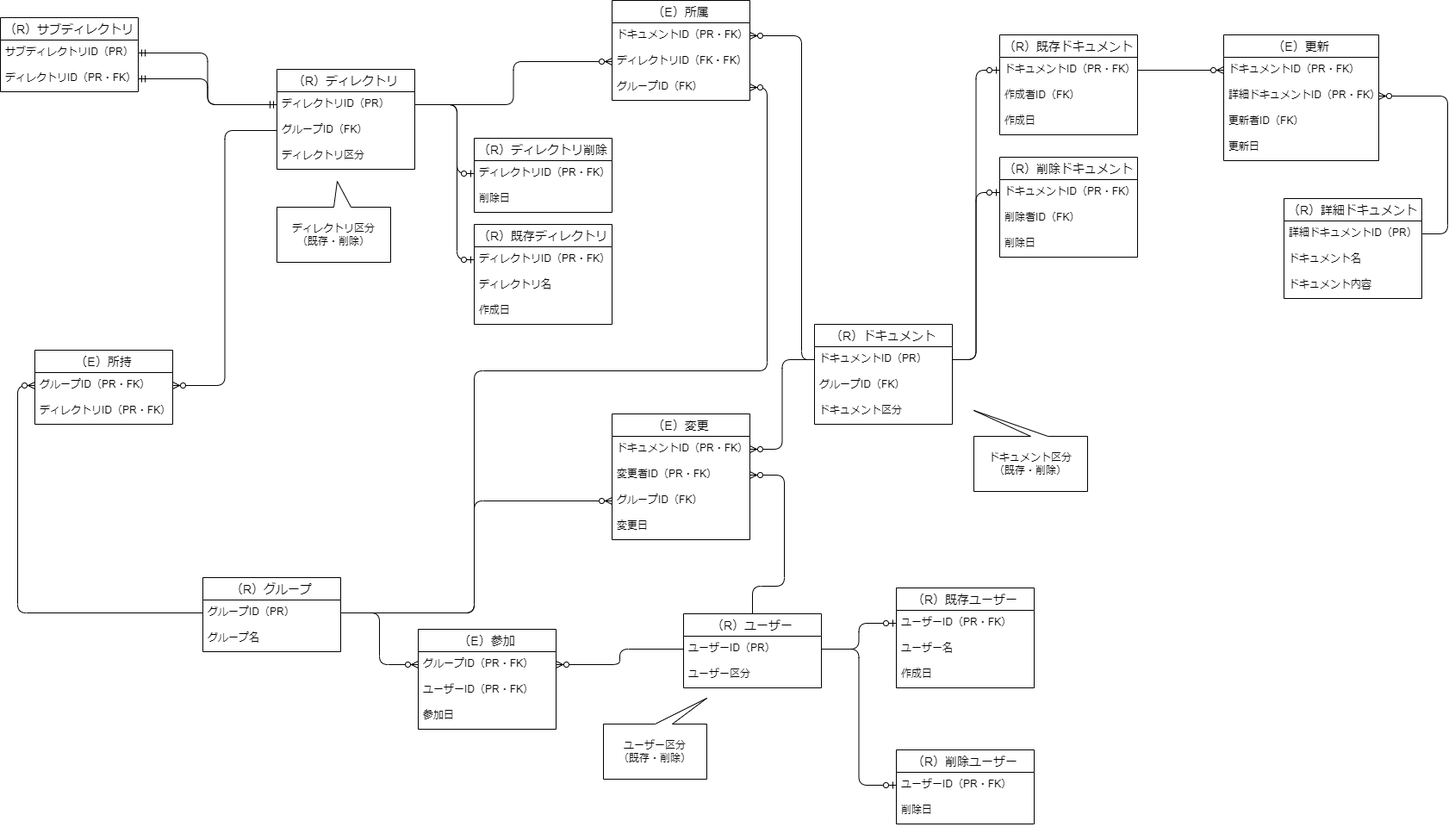
The draw.io diagram 01_データベース設計/03_DBモデリング3/01_課題1/document_management_system_01.png in moritanuki/praha_challenge, before a commit. Source tidied: cells renumbered, new cells last; positions are measured from the earlier drawing's top-left corner, leaving out a move shared by most shapes.
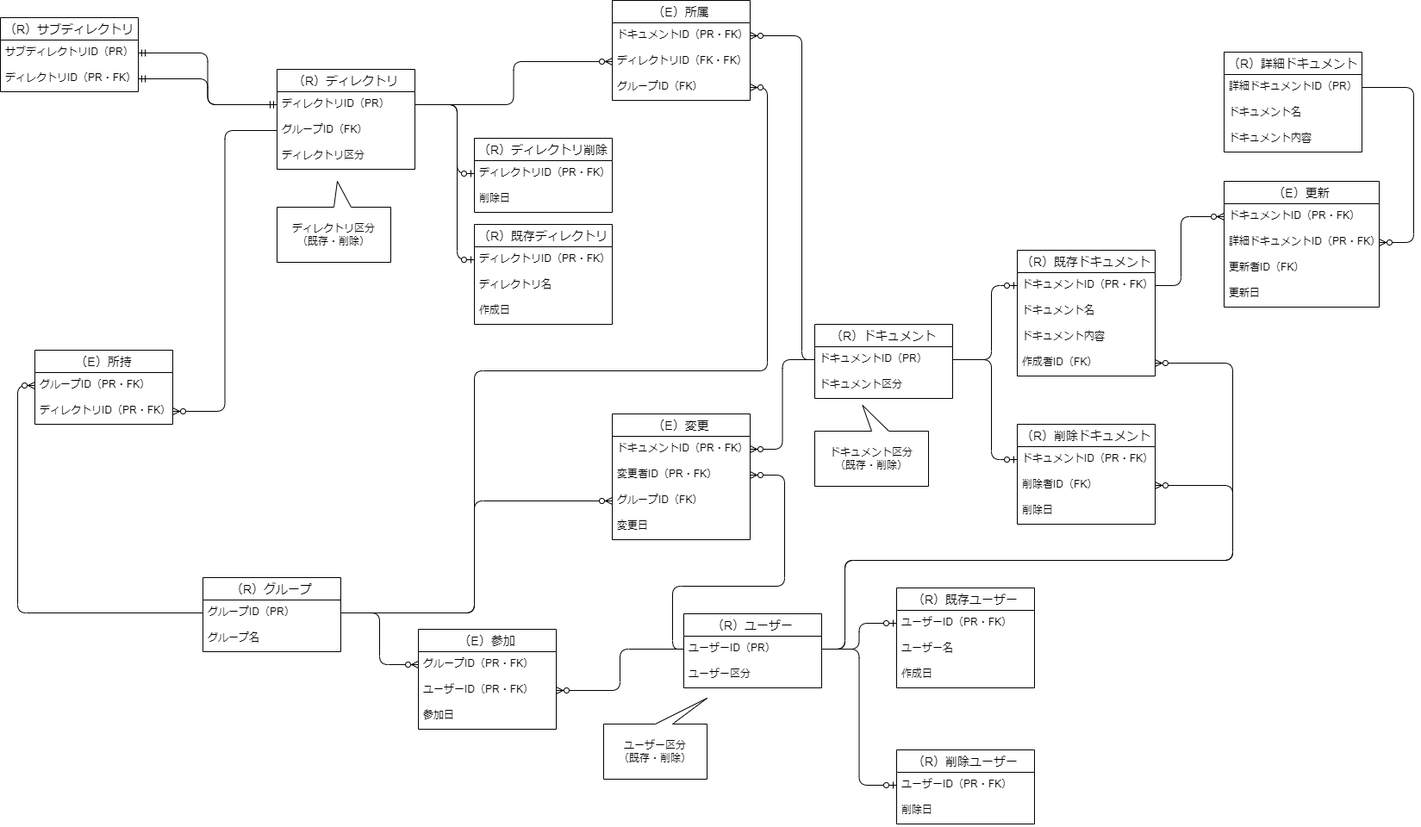
Above is the later version.

Diff of the diagram source:
```diff
@@ -27,16 +27,13 @@
       <mxGeometry relative="1" as="geometry" />
     </mxCell>
     <mxCell id="10" value="（R）ドキュメント" style="swimlane;fontStyle=0;horizontal=1;startSize=26;align=center;fontSize=14;" parent="1" vertex="1">
-      <mxGeometry x="945" y="376" width="160" height="116" as="geometry" />
+      <mxGeometry x="945" y="376" width="160" height="86" as="geometry" />
     </mxCell>
     <mxCell id="11" value="ドキュメントID（PR）" style="text;strokeColor=none;fillColor=none;spacingLeft=4;spacingRight=4;overflow=hidden;points=[[0,0.5],[1,0.5]];portConstraint=eastwest;fontSize=12;" parent="10" vertex="1">
       <mxGeometry y="26" width="160" height="30" as="geometry" />
     </mxCell>
-    <mxCell id="12" value="グループID（FK）" style="text;strokeColor=none;fillColor=none;spacingLeft=4;spacingRight=4;overflow=hidden;fontSize=12;" parent="10" vertex="1">
-      <mxGeometry y="56" width="160" height="30" as="geometry" />
-    </mxCell>
     <mxCell id="13" value="ドキュメント区分" style="text;strokeColor=none;fillColor=none;spacingLeft=4;spacingRight=4;overflow=hidden;fontSize=12;" parent="10" vertex="1">
-      <mxGeometry y="86" width="160" height="30" as="geometry" />
+      <mxGeometry y="56" width="160" height="30" as="geometry" />
     </mxCell>
     <mxCell id="14" value="（R）ディレクトリ" style="swimlane;fontStyle=0;horizontal=1;startSize=26;align=center;fontSize=14;" parent="1" vertex="1">
       <mxGeometry x="321" y="80" width="160" height="116" as="geometry" />
@@ -80,23 +77,20 @@
     <mxCell id="27" value="削除日" style="text;strokeColor=none;fillColor=none;spacingLeft=4;spacingRight=4;overflow=hidden;fontSize=12;" parent="25" vertex="1">
       <mxGeometry y="56" width="160" height="30" as="geometry" />
     </mxCell>
-    <mxCell id="28" value="（E）更新" style="swimlane;fontStyle=0;horizontal=1;startSize=26;align=center;fontSize=14;" parent="1" vertex="1">
-      <mxGeometry x="1420" y="40" width="180" height="146" as="geometry" />
+    <mxCell id="28" value="（R）詳細ドキュメント" style="swimlane;fontStyle=0;horizontal=1;startSize=26;align=center;fontSize=14;" parent="1" vertex="1">
+      <mxGeometry x="1420" y="60" width="160" height="116" as="geometry" />
     </mxCell>
-    <mxCell id="29" value="ドキュメントID（PR・FK）" style="text;strokeColor=none;fillColor=none;spacingLeft=4;spacingRight=4;overflow=hidden;points=[[0,0.5],[1,0.5]];portConstraint=eastwest;fontSize=12;" parent="28" vertex="1">
-      <mxGeometry y="26" width="180" height="30" as="geometry" />
-    </mxCell>
-    <mxCell id="30" value="詳細ドキュメントID（PR・FK）" style="text;strokeColor=none;fillColor=none;spacingLeft=4;spacingRight=4;overflow=hidden;points=[[0,0.5],[1,0.5]];portConstraint=eastwest;fontSize=12;" parent="28" vertex="1">
-      <mxGeometry y="56" width="180" height="30" as="geometry" />
-    </mxCell>
+    <mxCell id="70" value="詳細ドキュメントID（PR）" style="text;strokeColor=none;fillColor=none;spacingLeft=4;spacingRight=4;overflow=hidden;points=[[0,0.5],[1,0.5]];portConstraint=eastwest;fontSize=12;" parent="28" vertex="1">
+      <mxGeometry y="26" width="160" height="30" as="geometry" />
+    </mxCell>
-    <mxCell id="31" value="更新者ID（FK）" style="text;strokeColor=none;fillColor=none;spacingLeft=4;spacingRight=4;overflow=hidden;fontSize=12;" parent="28" vertex="1">
-      <mxGeometry y="86" width="180" height="30" as="geometry" />
+    <mxCell id="31" value="ドキュメント名" style="text;strokeColor=none;fillColor=none;spacingLeft=4;spacingRight=4;overflow=hidden;fontSize=12;" parent="28" vertex="1">
+      <mxGeometry y="56" width="160" height="30" as="geometry" />
     </mxCell>
-    <mxCell id="32" value="更新日" style="text;strokeColor=none;fillColor=none;spacingLeft=4;spacingRight=4;overflow=hidden;fontSize=12;" parent="28" vertex="1">
-      <mxGeometry y="116" width="180" height="30" as="geometry" />
+    <mxCell id="32" value="ドキュメント内容" style="text;strokeColor=none;fillColor=none;spacingLeft=4;spacingRight=4;overflow=hidden;fontSize=12;" parent="28" vertex="1">
+      <mxGeometry y="86" width="160" height="30" as="geometry" />
     </mxCell>
     <mxCell id="33" value="（R）削除ドキュメント" style="swimlane;fontStyle=0;horizontal=1;startSize=26;align=center;fontSize=14;" parent="1" vertex="1">
-      <mxGeometry x="1160" y="182" width="160" height="116" as="geometry" />
+      <mxGeometry x="1180" y="492" width="160" height="116" as="geometry" />
     </mxCell>
     <mxCell id="34" value="ドキュメントID（PR・FK）" style="text;strokeColor=none;fillColor=none;spacingLeft=4;spacingRight=4;overflow=hidden;points=[[0,0.5],[1,0.5]];portConstraint=eastwest;fontSize=12;" parent="33" vertex="1">
       <mxGeometry y="26" width="160" height="30" as="geometry" />
@@ -141,7 +135,7 @@
     <mxCell id="44" style="fontSize=12;html=1;endArrow=ERzeroToMany;endFill=1;edgeStyle=orthogonalEdgeStyle;entryX=0;entryY=0.5;entryDx=0;entryDy=0;exitX=1;exitY=0.5;exitDx=0;exitDy=0;" parent="1" edge="1" source="15" target="39">
       <mxGeometry relative="1" as="geometry" />
     </mxCell>
-    <mxCell id="45" style="fontSize=12;html=1;endArrow=ERzeroToMany;endFill=1;entryX=1;entryY=0.5;entryDx=0;entryDy=0;edgeStyle=orthogonalEdgeStyle;exitX=0;exitY=0.5;exitDx=0;exitDy=0;" parent="1" edge="1" source="47" target="6">
+    <mxCell id="45" style="fontSize=12;html=1;endArrow=ERzeroToMany;endFill=1;entryX=1;entryY=0.5;entryDx=0;entryDy=0;edgeStyle=orthogonalEdgeStyle;exitX=0;exitY=0.5;exitDx=0;exitDy=0;" parent="1" edge="1" source="47" target="7">
       <mxGeometry relative="1" as="geometry" />
     </mxCell>
     <mxCell id="46" value="（R）ユーザー" style="swimlane;fontStyle=0;horizontal=1;startSize=26;align=center;fontSize=14;" parent="1" vertex="1">
@@ -197,39 +191,30 @@
         </Array>
       </mxGeometry>
     </mxCell>
-    <mxCell id="62" style="fontSize=12;html=1;endArrow=ERzeroToMany;endFill=1;entryX=1;entryY=0.5;entryDx=0;entryDy=0;edgeStyle=orthogonalEdgeStyle;" parent="1" edge="1" source="16" target="59">
+    <mxCell id="62" style="fontSize=12;html=1;endArrow=ERzeroToMany;endFill=1;entryX=1;entryY=0.5;entryDx=0;entryDy=0;edgeStyle=orthogonalEdgeStyle;" parent="1" edge="1" source="16" target="60">
       <mxGeometry relative="1" as="geometry" />
     </mxCell>
     <mxCell id="63" value="ユーザー区分&lt;br&gt;（既存・削除）" style="shape=callout;whiteSpace=wrap;html=1;perimeter=calloutPerimeter;position2=1;flipV=1;" parent="1" vertex="1">
       <mxGeometry x="700" y="810" width="120" height="94" as="geometry" />
     </mxCell>
     <mxCell id="64" value="（R）既存ドキュメント" style="swimlane;fontStyle=0;horizontal=1;startSize=26;align=center;fontSize=14;" parent="1" vertex="1">
-      <mxGeometry x="1160" y="40" width="160" height="116" as="geometry" />
+      <mxGeometry x="1180" y="290" width="160" height="146" as="geometry" />
     </mxCell>
     <mxCell id="65" value="ドキュメントID（PR・FK）" style="text;strokeColor=none;fillColor=none;spacingLeft=4;spacingRight=4;overflow=hidden;points=[[0,0.5],[1,0.5]];portConstraint=eastwest;fontSize=12;" parent="64" vertex="1">
       <mxGeometry y="26" width="160" height="30" as="geometry" />
     </mxCell>
-    <mxCell id="66" value="作成者ID（FK）" style="text;strokeColor=none;fillColor=none;spacingLeft=4;spacingRight=4;overflow=hidden;points=[[0,0.5],[1,0.5]];portConstraint=eastwest;fontSize=12;" parent="64" vertex="1">
-      <mxGeometry y="56" width="160" height="30" as="geometry" />
-    </mxCell>
-    <mxCell id="67" value="作成日" style="text;strokeColor=none;fillColor=none;spacingLeft=4;spacingRight=4;overflow=hidden;fontSize=12;" parent="64" vertex="1">
-      <mxGeometry y="86" width="160" height="30" as="geometry" />
-    </mxCell>
-    <mxCell id="68" value="ドキュメント区分&lt;br&gt;（既存・削除）" style="shape=callout;whiteSpace=wrap;html=1;perimeter=calloutPerimeter;position2=0;flipV=1;" parent="1" vertex="1">
-      <mxGeometry x="1130" y="476" width="132" height="94" as="geometry" />
-    </mxCell>
-    <mxCell id="69" value="（R）詳細ドキュメント" style="swimlane;fontStyle=0;horizontal=1;startSize=26;align=center;fontSize=14;" parent="1" vertex="1">
-      <mxGeometry x="1490" y="230" width="160" height="116" as="geometry" />
-    </mxCell>
-    <mxCell id="70" value="詳細ドキュメントID（PR）" style="text;strokeColor=none;fillColor=none;spacingLeft=4;spacingRight=4;overflow=hidden;points=[[0,0.5],[1,0.5]];portConstraint=eastwest;fontSize=12;" parent="69" vertex="1">
-      <mxGeometry y="26" width="160" height="30" as="geometry" />
-    </mxCell>
-    <mxCell id="71" value="ドキュメント名" style="text;strokeColor=none;fillColor=none;spacingLeft=4;spacingRight=4;overflow=hidden;fontSize=12;" parent="69" vertex="1">
+    <mxCell id="71" value="ドキュメント名" style="text;strokeColor=none;fillColor=none;spacingLeft=4;spacingRight=4;overflow=hidden;fontSize=12;" parent="64" vertex="1">
       <mxGeometry y="56" width="160" height="30" as="geometry" />
     </mxCell>
-    <mxCell id="72" value="ドキュメント内容" style="text;strokeColor=none;fillColor=none;spacingLeft=4;spacingRight=4;overflow=hidden;fontSize=12;" parent="69" vertex="1">
+    <mxCell id="72" value="ドキュメント内容" style="text;strokeColor=none;fillColor=none;spacingLeft=4;spacingRight=4;overflow=hidden;fontSize=12;" parent="64" vertex="1">
       <mxGeometry y="86" width="160" height="30" as="geometry" />
     </mxCell>
+    <mxCell id="66" value="作成者ID（FK）" style="text;strokeColor=none;fillColor=none;spacingLeft=4;spacingRight=4;overflow=hidden;points=[[0,0.5],[1,0.5]];portConstraint=eastwest;fontSize=12;" parent="64" vertex="1">
+      <mxGeometry y="116" width="160" height="30" as="geometry" />
+    </mxCell>
+    <mxCell id="68" value="ドキュメント区分&lt;br&gt;（既存・削除）" style="shape=callout;whiteSpace=wrap;html=1;perimeter=calloutPerimeter;position2=0.42;flipV=1;" parent="1" vertex="1">
+      <mxGeometry x="945" y="470" width="132" height="94" as="geometry" />
+    </mxCell>
     <mxCell id="73" value="（E）変更" style="swimlane;fontStyle=0;horizontal=1;startSize=26;align=center;fontSize=14;" parent="1" vertex="1">
       <mxGeometry x="710" y="480" width="160" height="146" as="geometry" />
     </mxCell>
@@ -248,10 +233,11 @@
     <mxCell id="78" style="edgeStyle=orthogonalEdgeStyle;fontSize=12;html=1;endArrow=ERzeroToMany;endFill=1;entryX=1;entryY=0.5;entryDx=0;entryDy=0;exitX=0;exitY=0.5;exitDx=0;exitDy=0;" parent="1" edge="1" source="11" target="74">
       <mxGeometry relative="1" as="geometry" />
     </mxCell>
-    <mxCell id="79" style="edgeStyle=orthogonalEdgeStyle;fontSize=12;html=1;endArrow=ERzeroToMany;endFill=1;entryX=1;entryY=0.5;entryDx=0;entryDy=0;exitX=0.5;exitY=0;exitDx=0;exitDy=0;" parent="1" edge="1" source="46" target="75">
+    <mxCell id="79" style="edgeStyle=orthogonalEdgeStyle;fontSize=12;html=1;endArrow=ERzeroToMany;endFill=1;entryX=1;entryY=0.5;entryDx=0;entryDy=0;exitX=0;exitY=0.5;exitDx=0;exitDy=0;" parent="1" edge="1" source="47" target="75">
       <mxGeometry relative="1" as="geometry">
         <Array as="points">
-          <mxPoint x="873" y="680" />
+          <mxPoint x="780" y="753" />
+          <mxPoint x="780" y="680" />
           <mxPoint x="910" y="680" />
           <mxPoint x="910" y="551" />
         </Array>
@@ -265,26 +251,9 @@
         </Array>
       </mxGeometry>
     </mxCell>
-    <mxCell id="81" style="fontSize=12;html=1;endArrow=ERzeroToOne;endFill=1;entryX=0;entryY=0.5;entryDx=0;entryDy=0;exitX=1;exitY=0.5;exitDx=0;exitDy=0;edgeStyle=orthogonalEdgeStyle;" parent="1" edge="1" source="11" target="65">
-      <mxGeometry relative="1" as="geometry" />
-    </mxCell>
-    <mxCell id="82" style="fontSize=12;html=1;endArrow=ERzeroToOne;endFill=1;entryX=0;entryY=0.5;entryDx=0;entryDy=0;exitX=1;exitY=0.5;exitDx=0;exitDy=0;edgeStyle=orthogonalEdgeStyle;" parent="1" edge="1" source="11" target="34">
-      <mxGeometry relative="1" as="geometry" />
-    </mxCell>
     <mxCell id="83" style="fontSize=12;html=1;endArrow=ERmandOne;startArrow=ERmandOne;entryX=0;entryY=0.5;entryDx=0;entryDy=0;exitX=1;exitY=0.5;exitDx=0;exitDy=0;edgeStyle=orthogonalEdgeStyle;" parent="1" edge="1" source="20" target="15">
       <mxGeometry relative="1" as="geometry" />
     </mxCell>
-    <mxCell id="84" style="fontSize=12;html=1;endArrow=ERzeroToMany;endFill=1;entryX=0;entryY=0.5;entryDx=0;entryDy=0;exitX=1;exitY=0.5;exitDx=0;exitDy=0;" parent="1" edge="1" source="65" target="29">
-      <mxGeometry relative="1" as="geometry" />
-    </mxCell>
-    <mxCell id="85" style="edgeStyle=orthogonalEdgeStyle;fontSize=12;html=1;endArrow=ERzeroToMany;endFill=1;entryX=1;entryY=0.5;entryDx=0;entryDy=0;exitX=1;exitY=0.5;exitDx=0;exitDy=0;" parent="1" edge="1" source="70" target="30">
-      <mxGeometry relative="1" as="geometry">
-        <Array as="points">
-          <mxPoint x="1680" y="271" />
-          <mxPoint x="1680" y="111" />
-        </Array>
-      </mxGeometry>
-    </mxCell>
     <mxCell id="86" value="ディレクトリ区分&lt;br&gt;（既存・削除）" style="shape=callout;whiteSpace=wrap;html=1;perimeter=calloutPerimeter;position2=0.53;flipV=1;" parent="1" vertex="1">
       <mxGeometry x="321" y="210" width="132" height="94" as="geometry" />
     </mxCell>
@@ -306,5 +275,72 @@
         </Array>
       </mxGeometry>
     </mxCell>
+    <mxCell id="89" value="（E）更新" style="swimlane;fontStyle=0;horizontal=1;startSize=26;align=center;fontSize=14;" parent="1" vertex="1">
+      <mxGeometry x="1420" y="210" width="180" height="146" as="geometry" />
+    </mxCell>
+    <mxCell id="29" value="ドキュメントID（PR・FK）" style="text;strokeColor=none;fillColor=none;spacingLeft=4;spacingRight=4;overflow=hidden;points=[[0,0.5],[1,0.5]];portConstraint=eastwest;fontSize=12;" parent="89" vertex="1">
+      <mxGeometry y="26" width="180" height="30" as="geometry" />
+    </mxCell>
+    <mxCell id="30" value="詳細ドキュメントID（PR・FK）" style="text;strokeColor=none;fillColor=none;spacingLeft=4;spacingRight=4;overflow=hidden;points=[[0,0.5],[1,0.5]];portConstraint=eastwest;fontSize=12;" parent="89" vertex="1">
+      <mxGeometry y="56" width="180" height="30" as="geometry" />
+    </mxCell>
+    <mxCell id="90" value="更新者ID（FK）" style="text;strokeColor=none;fillColor=none;spacingLeft=4;spacingRight=4;overflow=hidden;fontSize=12;" parent="89" vertex="1">
+      <mxGeometry y="86" width="180" height="30" as="geometry" />
+    </mxCell>
+    <mxCell id="91" value="更新日" style="text;strokeColor=none;fillColor=none;spacingLeft=4;spacingRight=4;overflow=hidden;fontSize=12;" parent="89" vertex="1">
+      <mxGeometry y="116" width="180" height="30" as="geometry" />
+    </mxCell>
+    <mxCell id="81" style="fontSize=12;html=1;endArrow=ERzeroToOne;endFill=1;exitX=1;exitY=0.5;exitDx=0;exitDy=0;edgeStyle=orthogonalEdgeStyle;entryX=0;entryY=0.5;entryDx=0;entryDy=0;" parent="1" edge="1" source="11" target="65">
+      <mxGeometry relative="1" as="geometry">
+        <Array as="points">
+          <mxPoint x="1150" y="417" />
+          <mxPoint x="1150" y="331" />
+        </Array>
+      </mxGeometry>
+    </mxCell>
+    <mxCell id="82" style="fontSize=12;html=1;endArrow=ERzeroToOne;endFill=1;edgeStyle=orthogonalEdgeStyle;entryX=0;entryY=0.5;entryDx=0;entryDy=0;exitX=1;exitY=0.5;exitDx=0;exitDy=0;" parent="1" edge="1" source="11" target="34">
+      <mxGeometry relative="1" as="geometry">
+        <Array as="points">
+          <mxPoint x="1150" y="417" />
+          <mxPoint x="1150" y="533" />
+        </Array>
+      </mxGeometry>
+    </mxCell>
+    <mxCell id="92" style="edgeStyle=orthogonalEdgeStyle;fontSize=12;html=1;endArrow=ERzeroToMany;endFill=1;entryX=1;entryY=0.5;entryDx=0;entryDy=0;exitX=1;exitY=0.5;exitDx=0;exitDy=0;" parent="1" edge="1" source="47" target="66">
+      <mxGeometry relative="1" as="geometry">
+        <Array as="points">
+          <mxPoint x="980" y="753" />
+          <mxPoint x="980" y="650" />
+          <mxPoint x="1430" y="650" />
+          <mxPoint x="1430" y="421" />
+        </Array>
+      </mxGeometry>
+    </mxCell>
+    <mxCell id="93" style="edgeStyle=orthogonalEdgeStyle;fontSize=12;html=1;endArrow=ERzeroToMany;endFill=1;entryX=1;entryY=0.5;entryDx=0;entryDy=0;exitX=1;exitY=0.5;exitDx=0;exitDy=0;" parent="1" edge="1" source="47" target="35">
+      <mxGeometry relative="1" as="geometry">
+        <Array as="points">
+          <mxPoint x="980" y="753" />
+          <mxPoint x="980" y="650" />
+          <mxPoint x="1430" y="650" />
+          <mxPoint x="1430" y="563" />
+        </Array>
+      </mxGeometry>
+    </mxCell>
+    <mxCell id="85" style="edgeStyle=orthogonalEdgeStyle;fontSize=12;html=1;endArrow=ERzeroToMany;endFill=1;entryX=1;entryY=0.5;entryDx=0;entryDy=0;exitX=1;exitY=0.5;exitDx=0;exitDy=0;" parent="1" edge="1" source="70" target="30">
+      <mxGeometry relative="1" as="geometry">
+        <Array as="points">
+          <mxPoint x="1640" y="101" />
+          <mxPoint x="1640" y="281" />
+        </Array>
+      </mxGeometry>
+    </mxCell>
+    <mxCell id="84" style="edgeStyle=orthogonalEdgeStyle;fontSize=12;html=1;endArrow=ERzeroToMany;endFill=1;entryX=0;entryY=0.5;entryDx=0;entryDy=0;exitX=1;exitY=0.5;exitDx=0;exitDy=0;" parent="1" edge="1" source="65" target="29">
+      <mxGeometry relative="1" as="geometry">
+        <Array as="points">
+          <mxPoint x="1370" y="331" />
+          <mxPoint x="1370" y="251" />
+        </Array>
+      </mxGeometry>
+    </mxCell>
   </root>
 </mxGraphModel>
```
